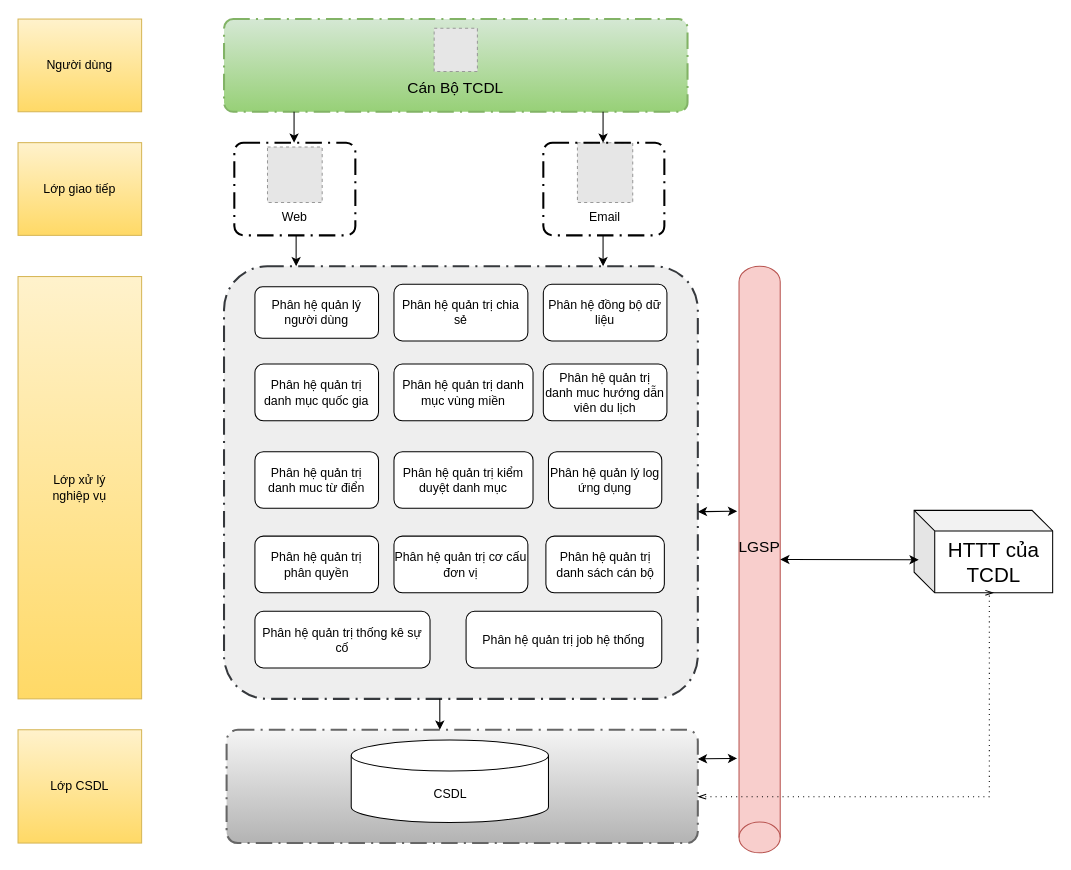
Above: page "QUAN_TRI_HE_THONG_DC" (2 of 5) of tcdl.drawio in letheanh12345/Draw-io (draw.io), before the change. Source tidied: cells renumbered, new cells numbered last; positions are measured from the earlier drawing's top-left corner, leaving out a move shared by most shapes. Both pictures are drawn from the tidied source at 103%, with x=0, y=0 at pixel (18, 19). Pictures stored in the file or linked from it are replaced by grey dashed boxes.
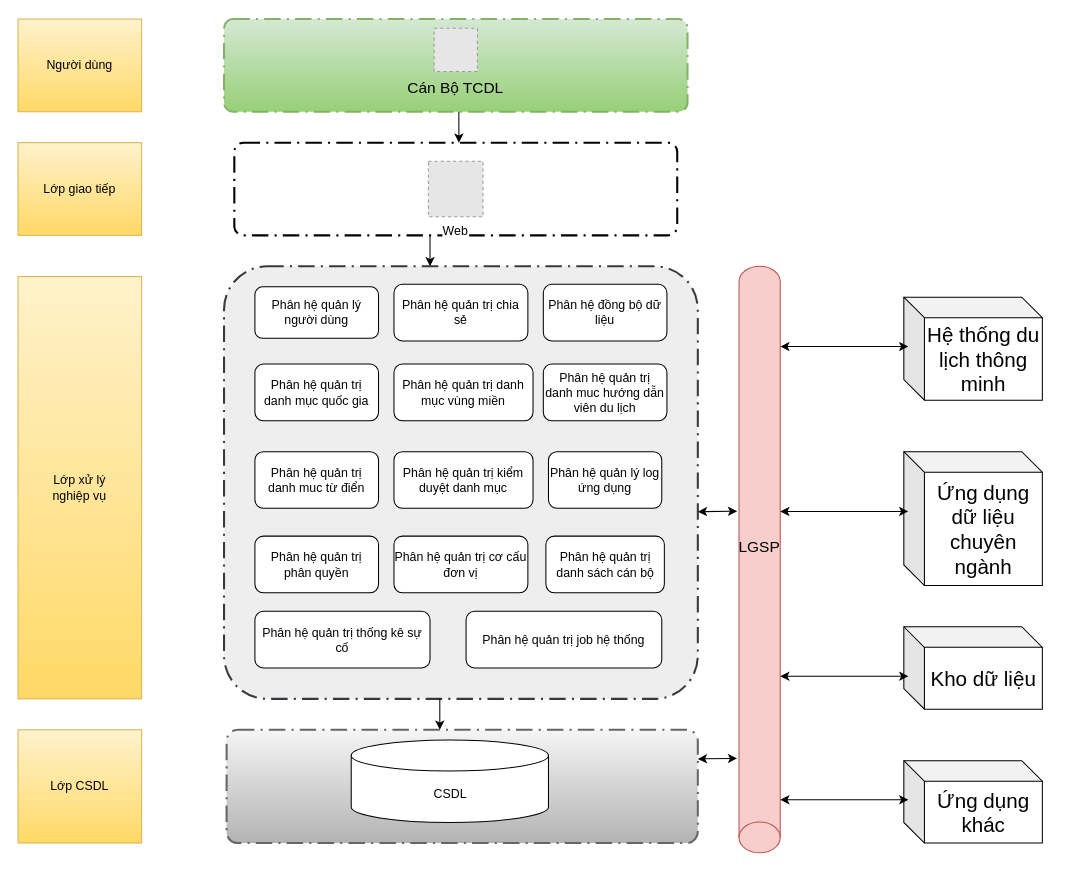
The same diagram, later.

The change refers to these unchanged cells:
```xml
<mxCell id="31" value="&lt;font style=&quot;font-size: 15px;&quot;&gt;LGSP&lt;/font&gt;" style="shape=cylinder3;whiteSpace=wrap;html=1;boundedLbl=1;backgroundOutline=1;size=15;direction=west;fillColor=#f8cecc;strokeColor=#b85450;" parent="1" vertex="1">
  <mxGeometry x="700" y="240" width="40" height="569.5" as="geometry" />
</mxCell>
```

Diff of the diagram source:
```diff
@@
     <mxCell id="2" style="rounded=1;arcSize=10;dashed=1;strokeColor=#000000;fillColor=none;gradientColor=none;dashPattern=8 3 1 3;strokeWidth=2;fontStyle=1;fontSize=20;" parent="1" vertex="1">
-      <mxGeometry x="210" y="120" width="117.5" height="90" as="geometry" />
+      <mxGeometry x="210" y="120" width="430" height="90" as="geometry" />
     </mxCell>
     <mxCell id="3" value="Web" style="fillColor=#E6E6E6;strokeColor=#999999;dashed=1;verticalLabelPosition=bottom;labelBackgroundColor=default;verticalAlign=top;" parent="1" vertex="1">
-      <mxGeometry x="242.2" y="124.2" width="53.1" height="53.9" as="geometry" />
+      <mxGeometry x="398.4" y="138.1" width="53.1" height="53.9" as="geometry" />
     </mxCell>
-    <mxCell id="4" value="Email" style="fillColor=#E6E6E6;strokeColor=#999999;dashed=1;verticalLabelPosition=bottom;labelBackgroundColor=default;verticalAlign=top;" parent="1" vertex="1">
-      <mxGeometry x="543.1" y="120" width="53.7" height="58.1" as="geometry" />
-    </mxCell>
@@
-    <mxCell id="28" style="edgeStyle=orthogonalEdgeStyle;rounded=0;orthogonalLoop=1;jettySize=auto;html=1;entryX=0.5;entryY=0;entryDx=0;entryDy=0;entryPerimeter=0;" parent="1" edge="1">
-      <mxGeometry relative="1" as="geometry">
-        <mxPoint x="568" y="210" as="sourcePoint" />
-        <mxPoint x="568" y="240" as="targetPoint" />
-      </mxGeometry>
-    </mxCell>
     <mxCell id="29" style="edgeStyle=orthogonalEdgeStyle;rounded=0;orthogonalLoop=1;jettySize=auto;html=1;entryX=0.5;entryY=0;entryDx=0;entryDy=0;entryPerimeter=0;" parent="1" edge="1">
       <mxGeometry relative="1" as="geometry">
-        <mxPoint x="270" y="210" as="sourcePoint" />
-        <mxPoint x="270" y="240" as="targetPoint" />
+        <mxPoint x="400" y="210" as="sourcePoint" />
+        <mxPoint x="400" y="240" as="targetPoint" />
       </mxGeometry>
     </mxCell>
@@
-    <mxCell id="32" value="HTTT của TCDL" style="shape=cube;whiteSpace=wrap;html=1;boundedLbl=1;backgroundOutline=1;darkOpacity=0.05;darkOpacity2=0.1;fontSize=20;" parent="1" vertex="1">
-      <mxGeometry x="870" y="477" width="134.5" height="80" as="geometry" />
+    <mxCell id="32" value="Kho dữ liệu" style="shape=cube;whiteSpace=wrap;html=1;boundedLbl=1;backgroundOutline=1;darkOpacity=0.05;darkOpacity2=0.1;fontSize=20;" parent="1" vertex="1">
+      <mxGeometry x="860" y="590" width="134.5" height="80" as="geometry" />
     </mxCell>
@@
-    <mxCell id="34" style="endArrow=classic;startArrow=classic;html=1;rounded=0;fontSize=20;exitX=0;exitY=0.5;exitDx=0;exitDy=0;exitPerimeter=0;entryX=0.033;entryY=0.6;entryDx=0;entryDy=0;entryPerimeter=0;" parent="1" edge="1" source="31" target="32">
-      <mxGeometry relative="1" as="geometry" />
+    <mxCell id="34" style="endArrow=classic;startArrow=classic;html=1;rounded=0;fontSize=20;entryX=0.033;entryY=0.6;entryDx=0;entryDy=0;entryPerimeter=0;" parent="1" edge="1" target="32">
+      <mxGeometry relative="1" as="geometry">
+        <mxPoint x="740" y="638" as="sourcePoint" />
+      </mxGeometry>
     </mxCell>
-    <mxCell id="35" style="edgeStyle=elbowEdgeStyle;fontSize=12;html=1;endFill=0;startFill=0;endSize=6;startSize=6;dashed=1;dashPattern=1 4;endArrow=openThin;startArrow=openThin;rounded=0;exitX=1;exitY=0.5;exitDx=0;exitDy=0;exitPerimeter=0;entryX=0;entryY=0;entryDx=77.25;entryDy=80;entryPerimeter=0;" parent="1" edge="1" target="32">
-      <mxGeometry relative="1" as="geometry">
-        <mxPoint x="660" y="755" as="sourcePoint" />
-        <Array as="points">
-          <mxPoint x="943" y="680" />
-          <mxPoint x="790" y="740" />
-          <mxPoint x="688" y="1030" />
-        </Array>
-      </mxGeometry>
-    </mxCell>
@@
-    <mxCell id="38" style="rounded=1;arcSize=10;dashed=1;strokeColor=#000000;fillColor=none;gradientColor=none;dashPattern=8 3 1 3;strokeWidth=2;fontStyle=1;fontSize=20;" parent="1" vertex="1">
-      <mxGeometry x="510" y="120" width="117.5" height="90" as="geometry" />
-    </mxCell>
-    <mxCell id="39" style="edgeStyle=orthogonalEdgeStyle;rounded=0;orthogonalLoop=1;jettySize=auto;html=1;entryX=0.5;entryY=0;entryDx=0;entryDy=0;entryPerimeter=0;" parent="1" edge="1">
-      <mxGeometry relative="1" as="geometry">
-        <mxPoint x="568" y="90" as="sourcePoint" />
-        <mxPoint x="568" y="120" as="targetPoint" />
-      </mxGeometry>
-    </mxCell>
     <mxCell id="40" style="edgeStyle=orthogonalEdgeStyle;rounded=0;orthogonalLoop=1;jettySize=auto;html=1;entryX=0.5;entryY=0;entryDx=0;entryDy=0;entryPerimeter=0;" parent="1" edge="1">
       <mxGeometry relative="1" as="geometry">
-        <mxPoint x="268" y="90" as="sourcePoint" />
-        <mxPoint x="268" y="120" as="targetPoint" />
+        <mxPoint x="428" y="90" as="sourcePoint" />
+        <mxPoint x="428" y="120" as="targetPoint" />
       </mxGeometry>
     </mxCell>
+    <mxCell id="41" value="Ứng dụng dữ liệu chuyên ngành" style="shape=cube;whiteSpace=wrap;html=1;boundedLbl=1;backgroundOutline=1;darkOpacity=0.05;darkOpacity2=0.1;fontSize=20;" parent="1" vertex="1">
+      <mxGeometry x="860" y="420" width="134.5" height="130" as="geometry" />
+    </mxCell>
+    <mxCell id="42" value="Hệ thống du lịch thông minh" style="shape=cube;whiteSpace=wrap;html=1;boundedLbl=1;backgroundOutline=1;darkOpacity=0.05;darkOpacity2=0.1;fontSize=20;" parent="1" vertex="1">
+      <mxGeometry x="860" y="270" width="134.5" height="100" as="geometry" />
+    </mxCell>
+    <mxCell id="43" value="Ứng dụng khác" style="shape=cube;whiteSpace=wrap;html=1;boundedLbl=1;backgroundOutline=1;darkOpacity=0.05;darkOpacity2=0.1;fontSize=20;" parent="1" vertex="1">
+      <mxGeometry x="860" y="720" width="134.5" height="80" as="geometry" />
+    </mxCell>
+    <mxCell id="44" style="endArrow=classic;startArrow=classic;html=1;rounded=0;fontSize=20;entryX=0.033;entryY=0.6;entryDx=0;entryDy=0;entryPerimeter=0;" parent="1" edge="1">
+      <mxGeometry relative="1" as="geometry">
+        <mxPoint x="740" y="758" as="sourcePoint" />
+        <mxPoint x="864.4" y="758" as="targetPoint" />
+      </mxGeometry>
+    </mxCell>
+    <mxCell id="45" style="endArrow=classic;startArrow=classic;html=1;rounded=0;fontSize=20;entryX=0.033;entryY=0.6;entryDx=0;entryDy=0;entryPerimeter=0;" parent="1" edge="1">
+      <mxGeometry relative="1" as="geometry">
+        <mxPoint x="740" y="478" as="sourcePoint" />
+        <mxPoint x="864.4" y="478" as="targetPoint" />
+      </mxGeometry>
+    </mxCell>
+    <mxCell id="46" style="endArrow=classic;startArrow=classic;html=1;rounded=0;fontSize=20;entryX=0.033;entryY=0.6;entryDx=0;entryDy=0;entryPerimeter=0;" parent="1" edge="1">
+      <mxGeometry relative="1" as="geometry">
+        <mxPoint x="740" y="318" as="sourcePoint" />
+        <mxPoint x="864.4" y="318" as="targetPoint" />
+      </mxGeometry>
+    </mxCell>
```
